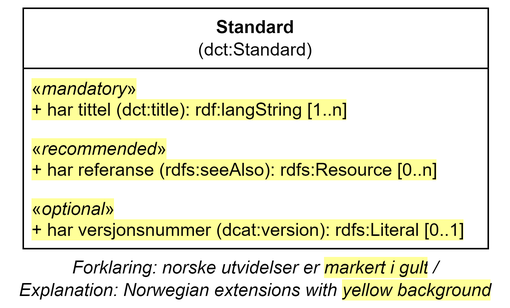
The draw.io diagram docs/images/Klassen-Standard.png in Informasjonsforvaltning/dcat-ap-no, before a commit. Source tidied: cells renumbered, new cells last; positions are measured from the earlier drawing's top-left corner, leaving out a move shared by most shapes.
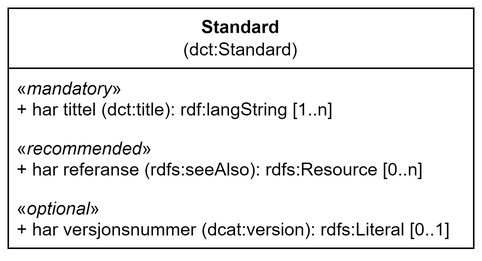
Above is the later version.

Diff of the diagram source:
```diff
@@ -5,17 +5,14 @@
     <mxCell id="2" value="&lt;span style=&quot;background-color: initial;&quot;&gt;Standard&lt;br&gt;&lt;/span&gt;&lt;span style=&quot;background-color: initial;&quot;&gt;&lt;span style=&quot;font-weight: normal;&quot;&gt;(&lt;/span&gt;&lt;span style=&quot;font-weight: 400;&quot;&gt;dct:Standard&lt;/span&gt;&lt;span style=&quot;font-weight: normal;&quot;&gt;)&lt;/span&gt;&lt;/span&gt;" style="swimlane;whiteSpace=wrap;html=1;startSize=40;" parent="1" vertex="1">
       <mxGeometry x="10" width="310" height="160" as="geometry" />
     </mxCell>
-    <mxCell id="3" value="&lt;div&gt;&lt;span style=&quot;background-color: rgb(255, 255, 153);&quot;&gt;«&lt;i&gt;mandatory&lt;/i&gt;»&lt;/span&gt;&lt;/div&gt;&lt;div&gt;&lt;div&gt;&lt;span style=&quot;background-color: rgb(255, 255, 153);&quot;&gt;+ har tittel (dct:title): rdf:langString [1..n]&lt;/span&gt;&lt;br&gt;&lt;/div&gt;&lt;/div&gt;" style="text;strokeColor=none;fillColor=none;align=left;verticalAlign=top;spacingLeft=4;spacingRight=4;overflow=hidden;whiteSpace=wrap;html=1;" parent="2" vertex="1">
+    <mxCell id="3" value="&lt;div&gt;«&lt;i style=&quot;&quot;&gt;mandatory&lt;/i&gt;»&lt;/div&gt;&lt;div&gt;&lt;div&gt;+ har tittel (dct:title): rdf:langString [1..n]&lt;br&gt;&lt;/div&gt;&lt;/div&gt;" style="text;strokeColor=none;fillColor=none;align=left;verticalAlign=top;spacingLeft=4;spacingRight=4;overflow=hidden;whiteSpace=wrap;html=1;" parent="2" vertex="1">
       <mxGeometry y="40" width="300" height="50" as="geometry" />
     </mxCell>
-    <mxCell id="4" value="&lt;div&gt;&lt;span style=&quot;background-color: rgb(255, 255, 153);&quot;&gt;«&lt;i&gt;optional&lt;/i&gt;»&lt;/span&gt;&lt;/div&gt;&lt;div&gt;&lt;div&gt;&lt;span style=&quot;background-color: rgb(255, 255, 153);&quot;&gt;+ har versjonsnummer (dcat:version): rdfs:Literal [0..1]&lt;/span&gt;&lt;br&gt;&lt;/div&gt;&lt;/div&gt;" style="text;strokeColor=none;fillColor=none;align=left;verticalAlign=top;spacingLeft=4;spacingRight=4;overflow=hidden;whiteSpace=wrap;html=1;" parent="2" vertex="1">
+    <mxCell id="4" value="&lt;div&gt;«&lt;i style=&quot;&quot;&gt;optional&lt;/i&gt;»&lt;/div&gt;&lt;div&gt;&lt;div&gt;+ har versjonsnummer (dcat:version): rdfs:Literal [0..1]&lt;br&gt;&lt;/div&gt;&lt;/div&gt;" style="text;strokeColor=none;fillColor=none;align=left;verticalAlign=top;spacingLeft=4;spacingRight=4;overflow=hidden;whiteSpace=wrap;html=1;" parent="2" vertex="1">
       <mxGeometry y="120" width="310" height="40" as="geometry" />
     </mxCell>
-    <mxCell id="5" value="&lt;div&gt;&lt;span style=&quot;background-color: rgb(255, 255, 153);&quot;&gt;«&lt;i&gt;recommended&lt;/i&gt;»&lt;/span&gt;&lt;/div&gt;&lt;div&gt;&lt;div&gt;&lt;span style=&quot;background-color: rgb(255, 255, 153);&quot;&gt;+ har referanse (rdfs:seeAlso): rdfs:Resource [0..n]&lt;/span&gt;&lt;br&gt;&lt;/div&gt;&lt;/div&gt;" style="text;strokeColor=none;fillColor=none;align=left;verticalAlign=top;spacingLeft=4;spacingRight=4;overflow=hidden;whiteSpace=wrap;html=1;" parent="1" vertex="1">
+    <mxCell id="5" value="&lt;div&gt;«&lt;i style=&quot;&quot;&gt;recommended&lt;/i&gt;»&lt;/div&gt;&lt;div&gt;&lt;div&gt;+ har referanse (rdfs:seeAlso): rdfs:Resource [0..n]&lt;br&gt;&lt;/div&gt;&lt;/div&gt;" style="text;strokeColor=none;fillColor=none;align=left;verticalAlign=top;spacingLeft=4;spacingRight=4;overflow=hidden;whiteSpace=wrap;html=1;" parent="1" vertex="1">
       <mxGeometry x="10" y="80" width="300" height="50" as="geometry" />
     </mxCell>
-    <mxCell id="6" value="Forklaring: norske utvidelser er&amp;nbsp;&lt;span style=&quot;background-color: rgb(255, 255, 153);&quot;&gt;markert i gult&lt;/span&gt;&lt;span style=&quot;background-color: rgb(255 , 255 , 255)&quot;&gt;&amp;nbsp;/ &lt;br&gt;&lt;/span&gt;Explanation:&amp;nbsp;&lt;span style=&quot;background-color: rgb(255 , 255 , 255)&quot;&gt;Norwegian extensions with &lt;/span&gt;&lt;span style=&quot;background-color: rgb(255, 255, 153);&quot;&gt;yellow background&lt;/span&gt;" style="text;html=1;strokeColor=none;fillColor=none;align=center;verticalAlign=middle;whiteSpace=wrap;rounded=0;fontStyle=2;" parent="1" vertex="1">
-      <mxGeometry y="170" width="330" height="20" as="geometry" />
-    </mxCell>
   </root>
 </mxGraphModel>
```
